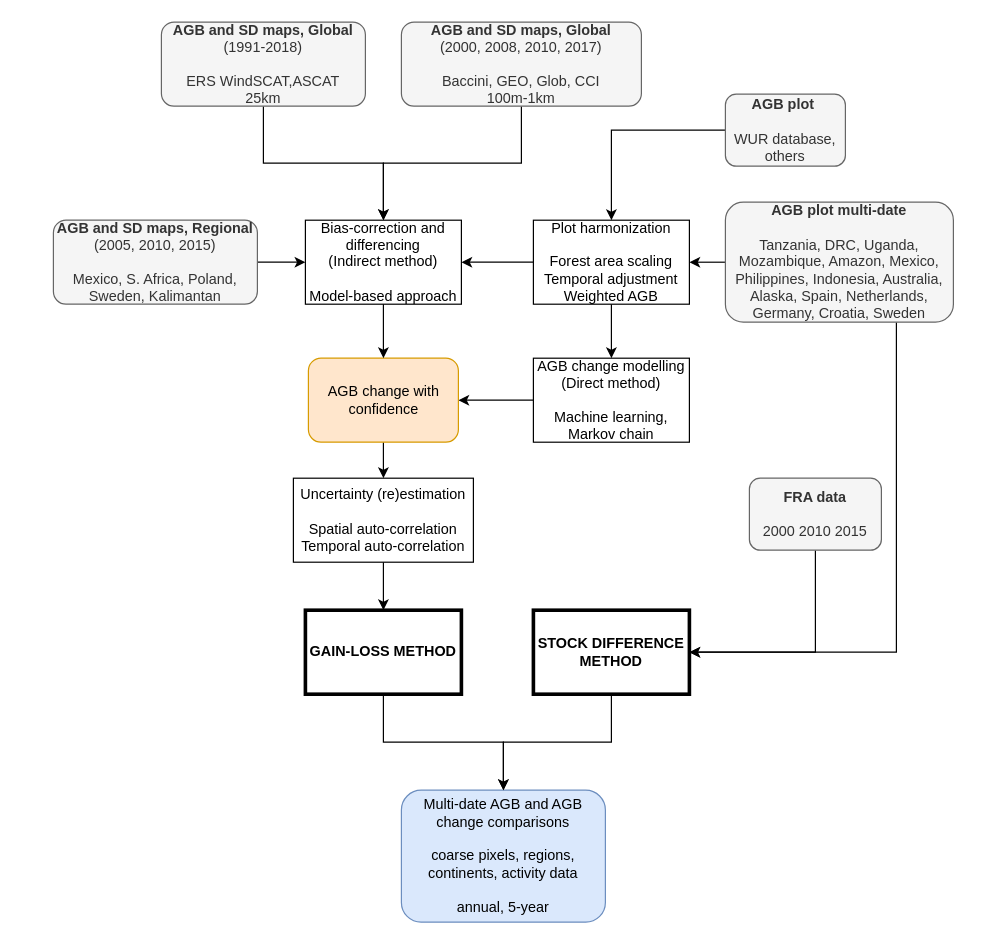
This is Biomass change.drawio from arnanaraza/diagrams, a draw.io file, before an edit. Source tidied: cells renumbered, new cells numbered last; positions are measured from the earlier drawing's top-left corner, leaving out a move shared by most shapes. Both pictures are drawn from the tidied source at 120%, with x=0, y=0 at pixel (53, 22).
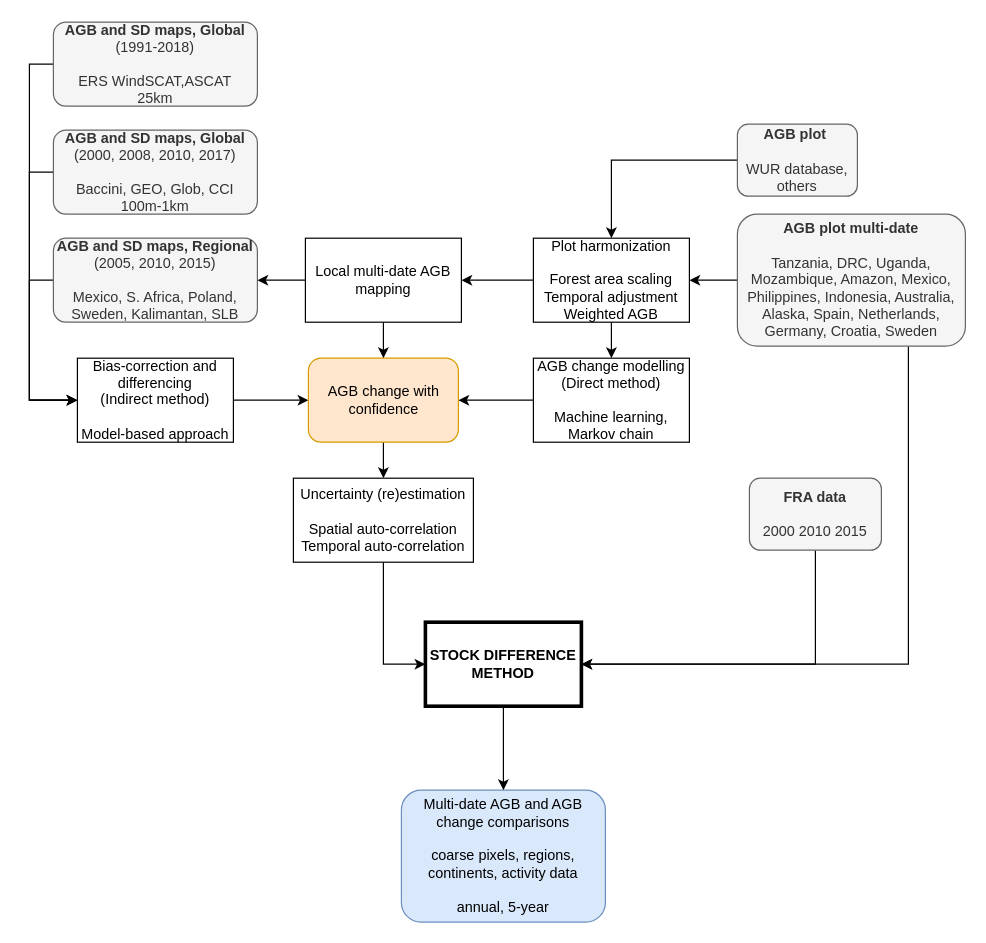
The same diagram, later.

The change refers to these unchanged cells:
```xml
<mxCell id="17" value="Uncertainty (re)estimation&lt;br&gt;&lt;br&gt;Spatial auto-correlation&lt;br&gt;Temporal auto-correlation" style="rounded=0;whiteSpace=wrap;html=1;" parent="1" vertex="1">
  <mxGeometry x="200" y="380" width="150" height="70" as="geometry" />
</mxCell>
<mxCell id="18" value="Multi-date AGB and AGB change comparisons&lt;br&gt;&lt;br&gt;coarse pixels, regions, continents, activity data&lt;br&gt;&lt;br&gt;annual, 5-year" style="rounded=1;whiteSpace=wrap;html=1;fillColor=#dae8fc;strokeColor=#6c8ebf;" parent="1" vertex="1">
  <mxGeometry x="290" y="640" width="170" height="110" as="geometry" />
</mxCell>
<mxCell id="29" value="AGB change with confidence" style="rounded=1;whiteSpace=wrap;html=1;fillColor=#ffe6cc;strokeColor=#d79b00;" parent="1" vertex="1">
  <mxGeometry x="212.5" y="280" width="125" height="70" as="geometry" />
</mxCell>
```

Diff of the diagram source:
```diff
@@
-    <mxCell id="4" style="edgeStyle=orthogonalEdgeStyle;rounded=0;jettySize=auto;html=1;exitX=0.5;exitY=1;exitDx=0;exitDy=0;entryX=0.5;entryY=0;entryDx=0;entryDy=0;" parent="1" edge="1" source="5" target="10">
+    <mxCell id="4" style="edgeStyle=orthogonalEdgeStyle;rounded=0;jettySize=auto;html=1;exitX=0;exitY=0.5;exitDx=0;exitDy=0;entryX=0;entryY=0.5;entryDx=0;entryDy=0;" parent="1" edge="1" source="5" target="10">
       <mxGeometry relative="1" as="geometry" />
     </mxCell>
     <mxCell id="5" value="&lt;b&gt;AGB and SD maps, Global&lt;/b&gt; &lt;br&gt;(1991-2018)&lt;br&gt;&lt;br&gt;ERS WindSCAT,ASCAT&lt;br&gt;25km" style="rounded=1;whiteSpace=wrap;html=1;fillColor=#f5f5f5;strokeColor=#666666;fontColor=#333333;" parent="1" vertex="1">
-      <mxGeometry x="90" width="170" height="70" as="geometry" />
+      <mxGeometry width="170" height="70" as="geometry" />
     </mxCell>
-    <mxCell id="6" style="edgeStyle=orthogonalEdgeStyle;rounded=0;jettySize=auto;html=1;exitX=0.5;exitY=1;exitDx=0;exitDy=0;entryX=0.5;entryY=0;entryDx=0;entryDy=0;" parent="1" edge="1" source="7" target="10">
+    <mxCell id="6" style="edgeStyle=orthogonalEdgeStyle;rounded=0;jettySize=auto;html=1;exitX=0;exitY=0.5;exitDx=0;exitDy=0;entryX=0;entryY=0.5;entryDx=0;entryDy=0;" parent="1" edge="1" source="7" target="10">
       <mxGeometry relative="1" as="geometry" />
     </mxCell>
     <mxCell id="7" value="&lt;b&gt;AGB and SD maps, Global &lt;br&gt;&lt;/b&gt;(2000, 2008, 2010, 2017)&lt;br&gt;&lt;br&gt;Baccini, GEO, Glob, CCI&lt;br&gt;100m-1km" style="rounded=1;whiteSpace=wrap;html=1;fillColor=#f5f5f5;strokeColor=#666666;fontColor=#333333;" parent="1" vertex="1">
-      <mxGeometry x="290" width="200" height="70" as="geometry" />
+      <mxGeometry y="90" width="170" height="70" as="geometry" />
     </mxCell>
-    <mxCell id="8" style="edgeStyle=orthogonalEdgeStyle;rounded=0;jettySize=auto;html=1;exitX=1;exitY=0.5;exitDx=0;exitDy=0;entryX=0;entryY=0.5;entryDx=0;entryDy=0;fontColor=#D5E8D4;" parent="1" edge="1" source="9" target="10">
+    <mxCell id="8" style="edgeStyle=orthogonalEdgeStyle;rounded=0;jettySize=auto;html=1;exitX=0;exitY=0.5;exitDx=0;exitDy=0;entryX=0;entryY=0.5;entryDx=0;entryDy=0;" parent="1" edge="1" source="9" target="10">
       <mxGeometry relative="1" as="geometry" />
     </mxCell>
-    <mxCell id="9" value="&lt;b&gt;AGB and SD maps, Regional&lt;/b&gt;&lt;br&gt;(2005, 2010, 2015)&lt;br&gt;&lt;br&gt;Mexico, S. Africa, Poland, Sweden, Kalimantan" style="rounded=1;whiteSpace=wrap;html=1;fillColor=#f5f5f5;strokeColor=#666666;fontColor=#333333;" parent="1" vertex="1">
-      <mxGeometry y="165" width="170" height="70" as="geometry" />
+    <mxCell id="9" value="&lt;b&gt;AGB and SD maps, Regional&lt;/b&gt;&lt;br&gt;(2005, 2010, 2015)&lt;br&gt;&lt;br&gt;Mexico, S. Africa, Poland, Sweden, Kalimantan, SLB" style="rounded=1;whiteSpace=wrap;html=1;fillColor=#f5f5f5;strokeColor=#666666;fontColor=#333333;" parent="1" vertex="1">
+      <mxGeometry y="180" width="170" height="70" as="geometry" />
     </mxCell>
+    <mxCell id="30" style="edgeStyle=orthogonalEdgeStyle;rounded=0;jettySize=auto;html=1;exitX=1;exitY=0.5;exitDx=0;exitDy=0;entryX=0;entryY=0.5;entryDx=0;entryDy=0;" parent="1" edge="1" source="10" target="29">
+      <mxGeometry relative="1" as="geometry" />
+    </mxCell>
     <mxCell id="10" value="Bias-correction and differencing &lt;br&gt;(Indirect method)&lt;br&gt;&lt;br&gt;Model-based approach" style="rounded=0;whiteSpace=wrap;html=1;" parent="1" vertex="1">
-      <mxGeometry x="210" y="165" width="130" height="70" as="geometry" />
+      <mxGeometry x="20" y="280" width="130" height="70" as="geometry" />
     </mxCell>
@@
     <mxCell id="13" value="&lt;b&gt;AGB plot multi-date&lt;br&gt;&lt;/b&gt;&lt;br&gt;Tanzania, DRC, Uganda, Mozambique, Amazon, Mexico, Philippines, Indonesia, Australia, Alaska, Spain, Netherlands, Germany, Croatia, Sweden" style="rounded=1;whiteSpace=wrap;html=1;fillColor=#f5f5f5;strokeColor=#666666;fontColor=#333333;" parent="1" vertex="1">
-      <mxGeometry x="560" y="150" width="190" height="100" as="geometry" />
+      <mxGeometry x="570" y="160" width="190" height="110" as="geometry" />
     </mxCell>
@@
-    <mxCell id="16" style="edgeStyle=orthogonalEdgeStyle;rounded=0;jettySize=auto;html=1;exitX=0.5;exitY=1;exitDx=0;exitDy=0;entryX=0.5;entryY=0;entryDx=0;entryDy=0;" parent="1" edge="1" source="17" target="20">
+    <mxCell id="16" style="edgeStyle=orthogonalEdgeStyle;rounded=0;jettySize=auto;html=1;exitX=0.5;exitY=1;exitDx=0;exitDy=0;entryX=0;entryY=0.5;entryDx=0;entryDy=0;" parent="1" edge="1" source="17" target="22">
       <mxGeometry relative="1" as="geometry" />
     </mxCell>
@@
-    <mxCell id="19" style="edgeStyle=orthogonalEdgeStyle;rounded=0;jettySize=auto;html=1;exitX=0.5;exitY=1;exitDx=0;exitDy=0;entryX=0.5;entryY=0;entryDx=0;entryDy=0;" parent="1" edge="1" source="20" target="18">
-      <mxGeometry relative="1" as="geometry" />
-    </mxCell>
-    <mxCell id="20" value="GAIN-LOSS METHOD" style="rounded=0;whiteSpace=wrap;html=1;fontStyle=1;strokeWidth=3;" parent="1" vertex="1">
-      <mxGeometry x="210" y="490" width="130" height="70" as="geometry" />
-    </mxCell>
@@
     <mxCell id="22" value="STOCK DIFFERENCE METHOD" style="rounded=0;whiteSpace=wrap;html=1;fontStyle=1;strokeWidth=3;" parent="1" vertex="1">
-      <mxGeometry x="400" y="490" width="130" height="70" as="geometry" />
+      <mxGeometry x="310" y="500" width="130" height="70" as="geometry" />
     </mxCell>
-    <mxCell id="23" style="edgeStyle=orthogonalEdgeStyle;rounded=0;jettySize=auto;html=1;exitX=0;exitY=0.5;exitDx=0;exitDy=0;entryX=1;entryY=0.5;entryDx=0;entryDy=0;" parent="1" edge="1" source="25" target="10">
-      <mxGeometry relative="1" as="geometry" />
-    </mxCell>
@@
+    <mxCell id="31" style="edgeStyle=orthogonalEdgeStyle;rounded=0;jettySize=auto;html=1;exitX=0;exitY=0.5;exitDx=0;exitDy=0;entryX=1;entryY=0.5;entryDx=0;entryDy=0;" parent="1" edge="1" source="25" target="34">
+      <mxGeometry relative="1" as="geometry" />
+    </mxCell>
     <mxCell id="25" value="Plot harmonization&lt;br&gt;&lt;br&gt;Forest area scaling&lt;br&gt;Temporal adjustment&lt;br&gt;Weighted AGB" style="rounded=0;whiteSpace=wrap;html=1;" parent="1" vertex="1">
-      <mxGeometry x="400" y="165" width="130" height="70" as="geometry" />
+      <mxGeometry x="400" y="180" width="130" height="70" as="geometry" />
     </mxCell>
@@
     <mxCell id="27" value="&lt;b&gt;AGB plot&amp;nbsp;&lt;br&gt;&lt;/b&gt;&lt;br&gt;WUR database, others" style="rounded=1;whiteSpace=wrap;html=1;fillColor=#f5f5f5;strokeColor=#666666;fontColor=#333333;" parent="1" vertex="1">
-      <mxGeometry x="560" y="60" width="100" height="60" as="geometry" />
+      <mxGeometry x="570" y="85" width="100" height="60" as="geometry" />
     </mxCell>
@@
-    <mxCell id="30" style="edgeStyle=orthogonalEdgeStyle;rounded=0;jettySize=auto;html=1;exitX=0.5;exitY=1;exitDx=0;exitDy=0;entryX=0.5;entryY=0;entryDx=0;entryDy=0;" parent="1" edge="1" source="10" target="29">
-      <mxGeometry relative="1" as="geometry" />
-    </mxCell>
+    <mxCell id="32" style="edgeStyle=orthogonalEdgeStyle;rounded=0;jettySize=auto;html=1;exitX=0.5;exitY=1;exitDx=0;exitDy=0;entryX=0.5;entryY=0;entryDx=0;entryDy=0;" parent="1" edge="1" source="34" target="29">
+      <mxGeometry relative="1" as="geometry" />
+    </mxCell>
+    <mxCell id="33" style="edgeStyle=orthogonalEdgeStyle;rounded=0;jettySize=auto;html=1;exitX=0;exitY=0.5;exitDx=0;exitDy=0;entryX=1;entryY=0.5;entryDx=0;entryDy=0;" parent="1" edge="1" source="34" target="9">
+      <mxGeometry relative="1" as="geometry" />
+    </mxCell>
+    <mxCell id="34" value="Local multi-date AGB mapping" style="rounded=0;whiteSpace=wrap;html=1;" parent="1" vertex="1">
+      <mxGeometry x="210" y="180" width="130" height="70" as="geometry" />
+    </mxCell>
```
